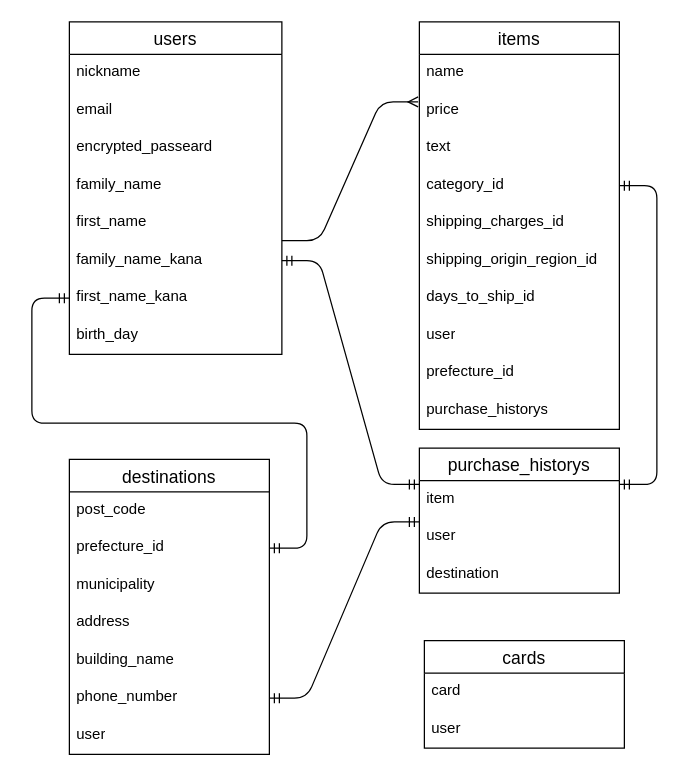
This is furima.dio from campdaisuki/furima-38520, a draw.io file, before an edit. Source tidied: cells renumbered, new cells numbered last; positions are measured from the earlier drawing's top-left corner, leaving out a move shared by most shapes. Both pictures are drawn from the tidied source at 125%, with x=0, y=0 at pixel (69, 21).
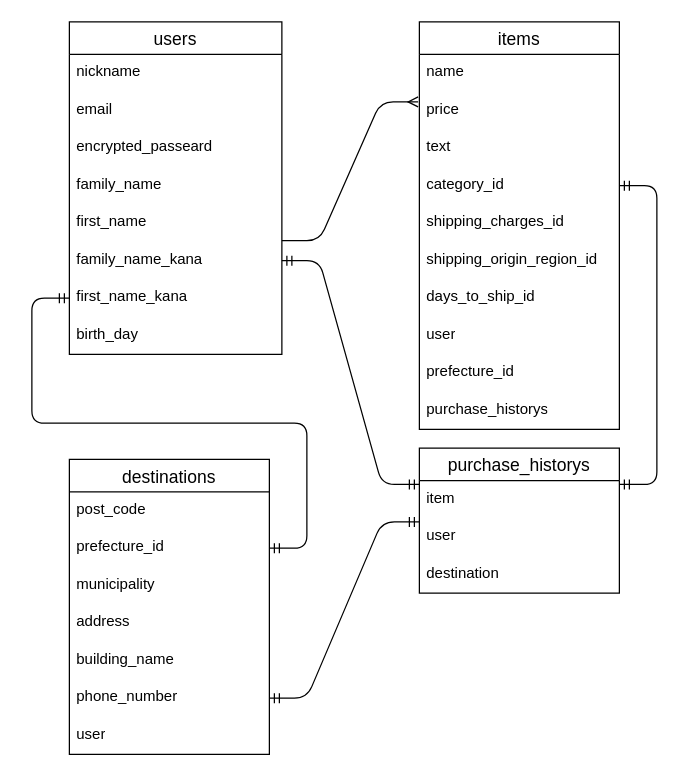
The same page after the edit.

Commit message (it also covers changes not shown here):
README.md,ER図の作成(再提出②)

Change to the diagram source:
```diff
@@
-    <mxCell id="30" value="cards" style="swimlane;fontStyle=0;horizontal=1;startSize=26;align=center;fontSize=14;labelBackgroundColor=default;labelBorderColor=none;strokeColor=default;fillColor=none;" parent="1" vertex="1">
-      <mxGeometry x="284" y="495" width="160" height="86" as="geometry" />
-    </mxCell>
-    <mxCell id="31" value="card" style="text;strokeColor=none;fillColor=none;spacingLeft=4;spacingRight=4;overflow=hidden;fontSize=12;labelBackgroundColor=none;labelBorderColor=none;" parent="30" vertex="1">
-      <mxGeometry y="26" width="160" height="30" as="geometry" />
-    </mxCell>
-    <mxCell id="32" value="user" style="text;strokeColor=none;fillColor=none;spacingLeft=4;spacingRight=4;overflow=hidden;fontSize=12;labelBackgroundColor=none;labelBorderColor=none;" parent="30" vertex="1">
-      <mxGeometry y="56" width="160" height="30" as="geometry" />
-    </mxCell>
```
